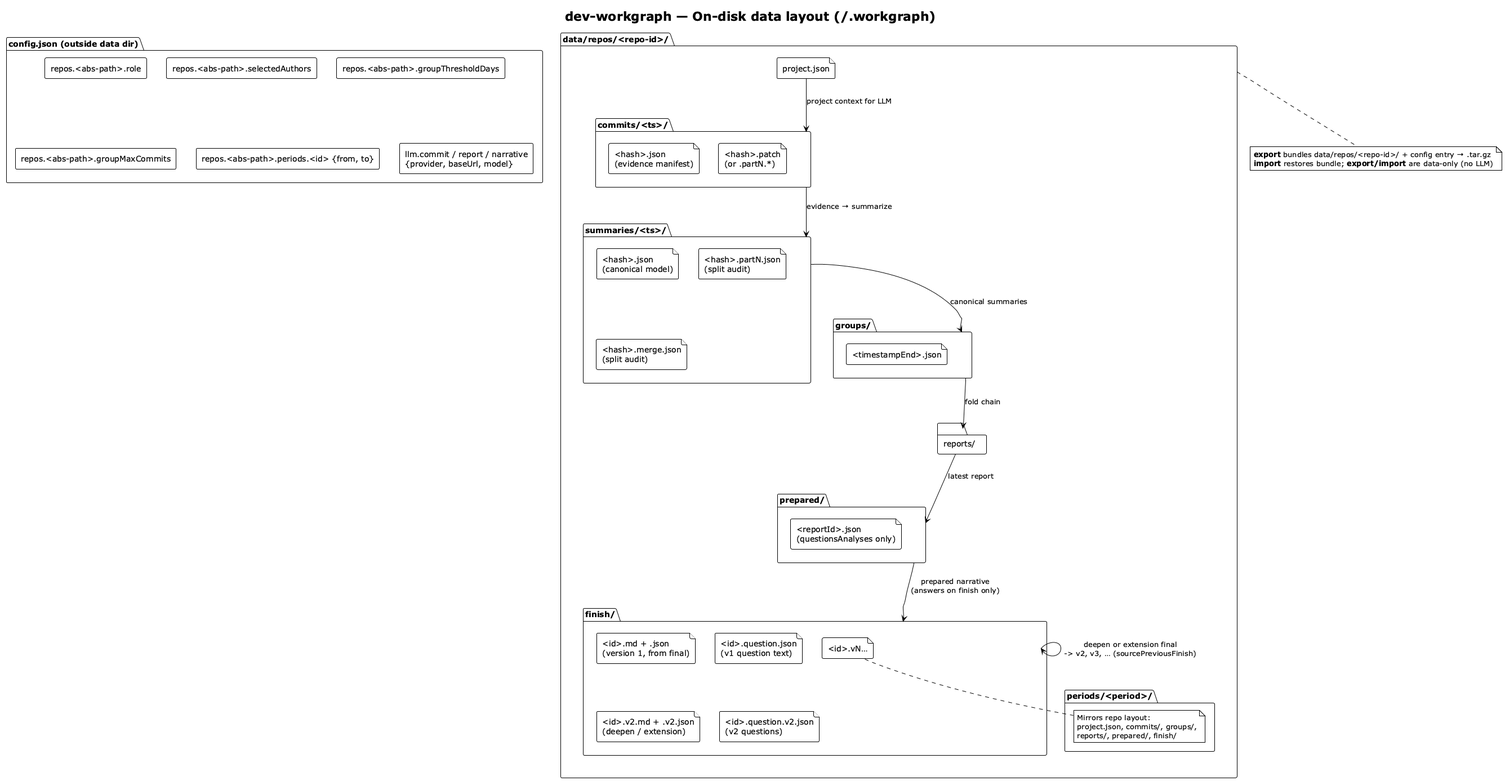
Before: img/dev-workgraph-data-layout.png, a diagram exported from PlantUML (vzakharchenko/dev-workgraph).
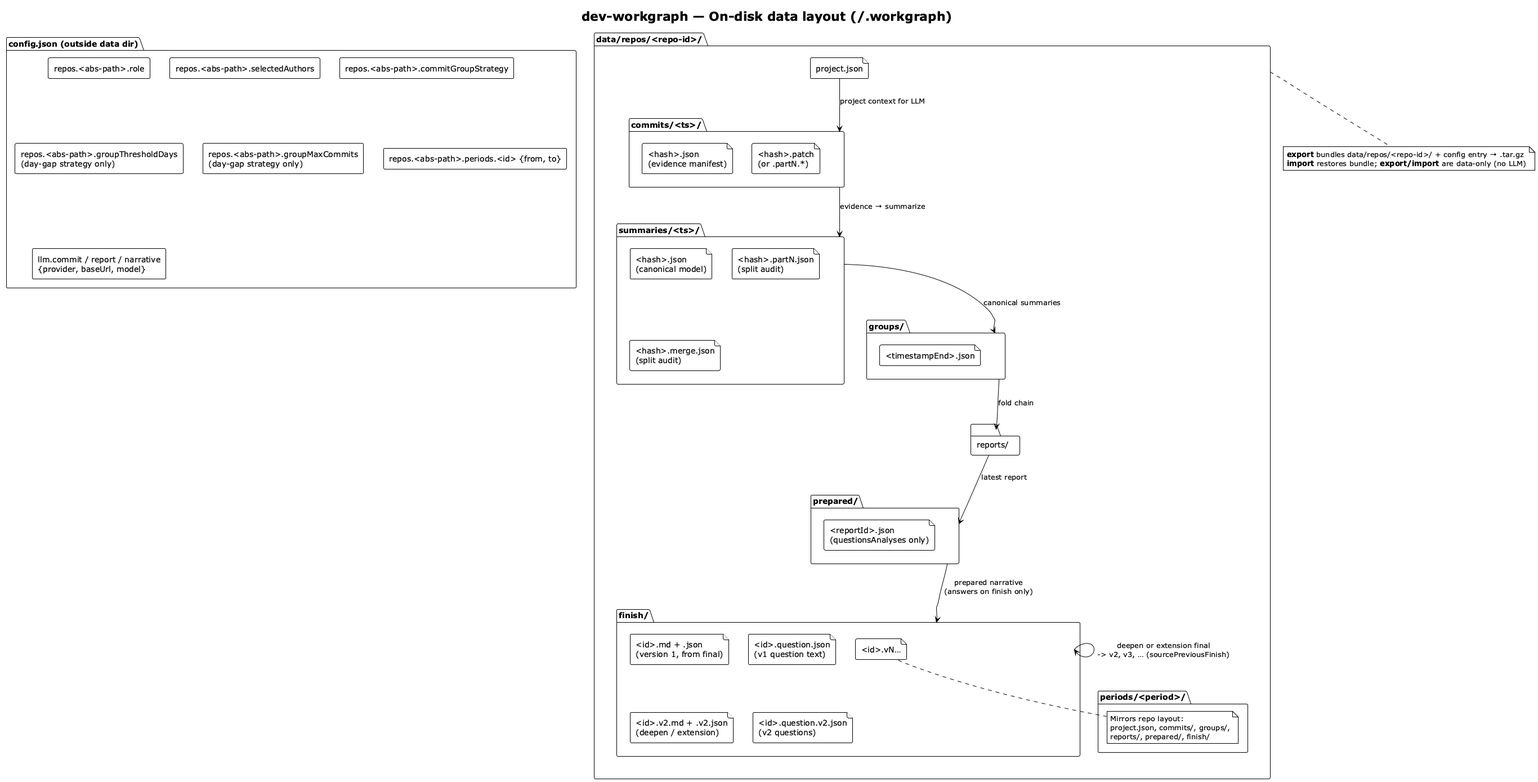
Above is the later version.

Diff of the diagram source:
```diff
@@ -8,8 +8,9 @@
 package "config.json (outside data dir)" {
   [repos.<abs-path>.role]
   [repos.<abs-path>.selectedAuthors]
-  [repos.<abs-path>.groupThresholdDays]
-  [repos.<abs-path>.groupMaxCommits]
+  [repos.<abs-path>.commitGroupStrategy]
+  [repos.<abs-path>.groupThresholdDays\n(day-gap strategy only)]
+  [repos.<abs-path>.groupMaxCommits\n(day-gap strategy only)]
   [repos.<abs-path>.periods.<id> {from, to}]
   [llm.commit / report / narrative\n{provider, baseUrl, model}]
 }
```
